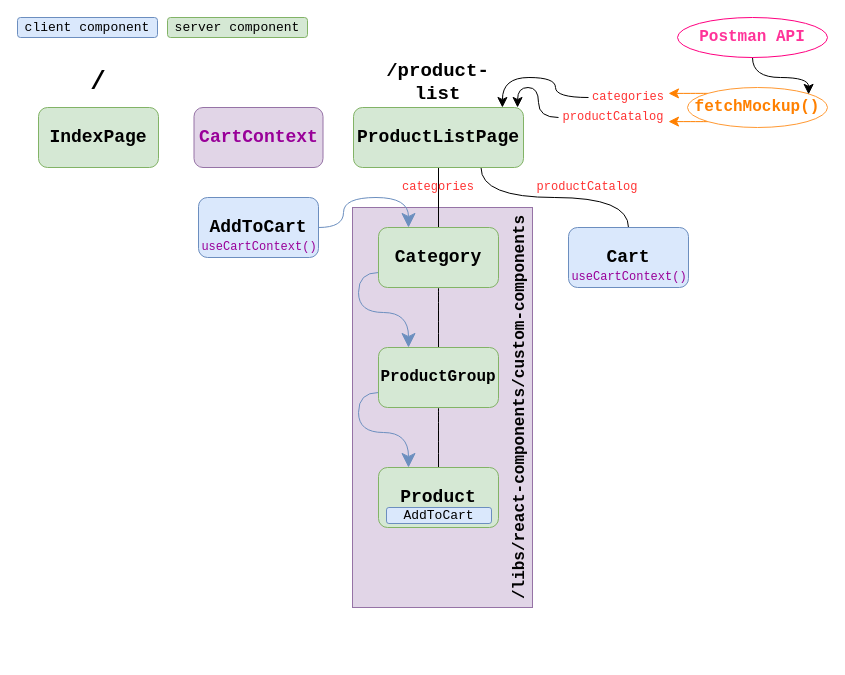
Above: diagrams/meat-component-tree.drawio in NicoToff/mira-eat (draw.io), before the change. Source tidied: cells renumbered, new cells numbered last; positions are measured from the earlier drawing's top-left corner, leaving out a move shared by most shapes. Both pictures are drawn from the tidied source at 100%, with x=0, y=0 at pixel (17, 17).
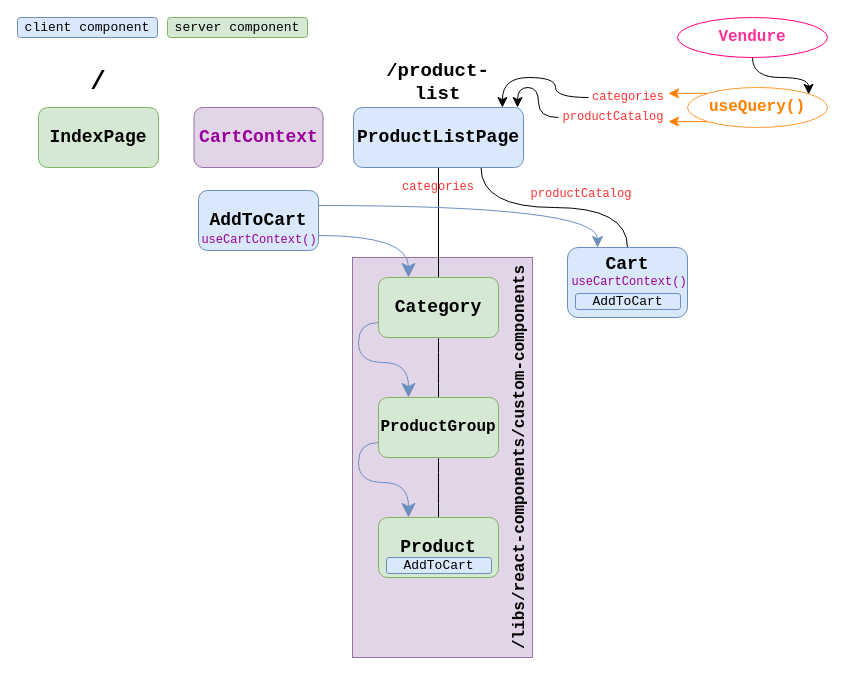
The same diagram, later.

Commit message:
Updated with Vendure backend and React Query

Diff of the diagram source:
```diff
@@
     <mxCell id="2" value="/libs/react-components/custom-components" style="rounded=0;whiteSpace=wrap;html=1;fillColor=#e1d5e7;strokeColor=#9673a6;fontFamily=Courier New;horizontal=0;align=center;verticalAlign=bottom;fontSize=16;fontStyle=1;" parent="1" vertex="1">
-      <mxGeometry x="335" y="190" width="180" height="400" as="geometry" />
+      <mxGeometry x="335" y="240" width="180" height="400" as="geometry" />
     </mxCell>
@@
-    <mxCell id="7" value="ProductListPage" style="rounded=1;whiteSpace=wrap;html=1;fontFamily=Courier New;fontSize=18;fontStyle=1;fillColor=#d5e8d4;strokeColor=#82b366;" parent="1" vertex="1">
+    <mxCell id="7" value="ProductListPage" style="rounded=1;whiteSpace=wrap;html=1;fontFamily=Courier New;fontSize=18;fontStyle=1;fillColor=#dae8fc;strokeColor=#6c8ebf;" parent="1" vertex="1">
       <mxGeometry x="336" y="90" width="170" height="60" as="geometry" />
     </mxCell>
@@
     <mxCell id="11" value="Category" style="rounded=1;whiteSpace=wrap;html=1;fontFamily=Courier New;fontSize=18;fontStyle=1;fillColor=#d5e8d4;strokeColor=#82b366;" parent="1" vertex="1">
-      <mxGeometry x="361" y="210" width="120" height="60" as="geometry" />
+      <mxGeometry x="361" y="260" width="120" height="60" as="geometry" />
     </mxCell>
@@
-    <mxCell id="15" value="fetchMockup()" style="ellipse;whiteSpace=wrap;html=1;fontFamily=Courier New;fontSize=16;fillColor=none;strokeColor=#FF9933;fontColor=#FF8000;fontStyle=1;" parent="1" vertex="1">
+    <mxCell id="15" value="useQuery()" style="ellipse;whiteSpace=wrap;html=1;fontFamily=Courier New;fontSize=16;fillColor=none;strokeColor=#FF9933;fontColor=#FF8000;fontStyle=1;" parent="1" vertex="1">
       <mxGeometry x="670" y="70" width="140" height="40" as="geometry" />
     </mxCell>
@@
     <mxCell id="18" value="ProductGroup" style="rounded=1;whiteSpace=wrap;html=1;fontFamily=Courier New;fontSize=16;fontStyle=1;fillColor=#d5e8d4;strokeColor=#82b366;" parent="1" vertex="1">
-      <mxGeometry x="361" y="330" width="120" height="60" as="geometry" />
+      <mxGeometry x="361" y="380" width="120" height="60" as="geometry" />
     </mxCell>
     <mxCell id="19" value="Product" style="rounded=1;whiteSpace=wrap;html=1;fontFamily=Courier New;fontSize=18;fontStyle=1;fillColor=#d5e8d4;strokeColor=#82b366;" parent="1" vertex="1">
-      <mxGeometry x="361" y="450" width="120" height="60" as="geometry" />
+      <mxGeometry x="361" y="500" width="120" height="60" as="geometry" />
     </mxCell>
-    <mxCell id="20" value="Cart" style="rounded=1;whiteSpace=wrap;html=1;fontFamily=Courier New;fontSize=18;fontStyle=1;fillColor=#dae8fc;strokeColor=#6c8ebf;" parent="1" vertex="1">
-      <mxGeometry x="551" y="210" width="120" height="60" as="geometry" />
+    <mxCell id="20" value="Cart" style="rounded=1;whiteSpace=wrap;html=1;fontFamily=Courier New;fontSize=18;fontStyle=1;fillColor=#dae8fc;strokeColor=#6c8ebf;verticalAlign=top;" parent="1" vertex="1">
+      <mxGeometry x="550" y="230" width="120" height="70" as="geometry" />
     </mxCell>
+    <mxCell id="36" style="edgeStyle=orthogonalEdgeStyle;curved=1;rounded=0;jettySize=auto;html=1;exitX=1;exitY=0.25;exitDx=0;exitDy=0;entryX=0.25;entryY=0;entryDx=0;entryDy=0;strokeColor=#6c8fbf;endSize=9;" parent="1" edge="1" source="21" target="20">
+      <mxGeometry relative="1" as="geometry" />
+    </mxCell>
     <mxCell id="21" value="AddToCart" style="rounded=1;whiteSpace=wrap;html=1;fontFamily=Courier New;fontSize=18;fontStyle=1;fillColor=#dae8fc;strokeColor=#6c8ebf;" parent="1" vertex="1">
-      <mxGeometry x="181" y="180" width="120" height="60" as="geometry" />
+      <mxGeometry x="181" y="173" width="120" height="60" as="geometry" />
     </mxCell>
-    <mxCell id="22" style="edgeStyle=orthogonalEdgeStyle;rounded=0;jettySize=auto;html=1;entryX=0.25;entryY=0;entryDx=0;entryDy=0;curved=1;endSize=12;strokeColor=#6c8fbf;exitX=1;exitY=0.5;exitDx=0;exitDy=0;" parent="1" edge="1" source="21" target="11">
+    <mxCell id="22" style="edgeStyle=orthogonalEdgeStyle;rounded=0;jettySize=auto;html=1;entryX=0.25;entryY=0;entryDx=0;entryDy=0;curved=1;endSize=12;strokeColor=#6c8fbf;exitX=1;exitY=0.75;exitDx=0;exitDy=0;" parent="1" edge="1" source="21" target="11">
       <mxGeometry relative="1" as="geometry" />
     </mxCell>
@@
     <mxCell id="25" value="AddToCart" style="rounded=1;whiteSpace=wrap;html=1;fontFamily=Courier New;fontSize=13;fontStyle=0;fillColor=#dae8fc;strokeColor=#6c8ebf;perimeterSpacing=0;" parent="1" vertex="1">
-      <mxGeometry x="369" y="490" width="105" height="16" as="geometry" />
+      <mxGeometry x="369" y="540" width="105" height="16" as="geometry" />
     </mxCell>
@@
-    <mxCell id="27" value="Postman API" style="ellipse;whiteSpace=wrap;html=1;fontFamily=Courier New;fontSize=16;fillColor=none;strokeColor=#FF0080;fontColor=#FF3399;fontStyle=1;" parent="1" vertex="1">
+    <mxCell id="27" value="Vendure" style="ellipse;whiteSpace=wrap;html=1;fontFamily=Courier New;fontSize=16;fillColor=none;strokeColor=#FF0080;fontColor=#FF3399;fontStyle=1;" parent="1" vertex="1">
       <mxGeometry x="660" width="150" height="40" as="geometry" />
     </mxCell>
@@
     <mxCell id="32" value="productCatalog" style="rounded=0;whiteSpace=wrap;html=1;strokeColor=none;fontColor=#FF3333;fillColor=none;fontFamily=Courier New;" parent="1" vertex="1">
-      <mxGeometry x="515" y="160" width="110" height="20" as="geometry" />
+      <mxGeometry x="509" y="167" width="110" height="20" as="geometry" />
     </mxCell>
@@
     <mxCell id="34" value="useCartContext()" style="rounded=0;whiteSpace=wrap;html=1;strokeColor=none;fontColor=#990099;fillColor=none;fontFamily=Courier New;" parent="1" vertex="1">
-      <mxGeometry x="187" y="220" width="110" height="20" as="geometry" />
+      <mxGeometry x="187" y="213" width="110" height="20" as="geometry" />
     </mxCell>
     <mxCell id="35" value="useCartContext()" style="rounded=0;whiteSpace=wrap;html=1;strokeColor=none;fontColor=#990099;fillColor=none;fontFamily=Courier New;" parent="1" vertex="1">
-      <mxGeometry x="557" y="250" width="110" height="20" as="geometry" />
+      <mxGeometry x="557" y="255" width="110" height="20" as="geometry" />
     </mxCell>
+    <mxCell id="37" value="AddToCart" style="rounded=1;whiteSpace=wrap;html=1;fontFamily=Courier New;fontSize=13;fontStyle=0;fillColor=#dae8fc;strokeColor=#6c8ebf;perimeterSpacing=0;" parent="1" vertex="1">
+      <mxGeometry x="558" y="276" width="105" height="16" as="geometry" />
+    </mxCell>
```
